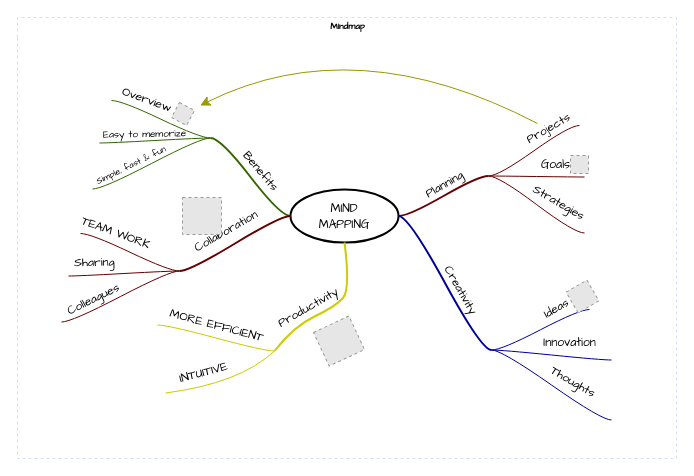
Earlier version of the draw.io diagram Diagrama sin título.drawio (JorgeMartinezSanchez/Graficos_por_computador_Tremas). Source tidied: cells renumbered, new cells numbered last; positions are measured from the earlier drawing's top-left corner, leaving out a move shared by most shapes. Both pictures are drawn from the tidied source at 100%, with x=0, y=0 at pixel (17, 17). Pictures stored in the file or linked from it are replaced by grey dashed boxes.
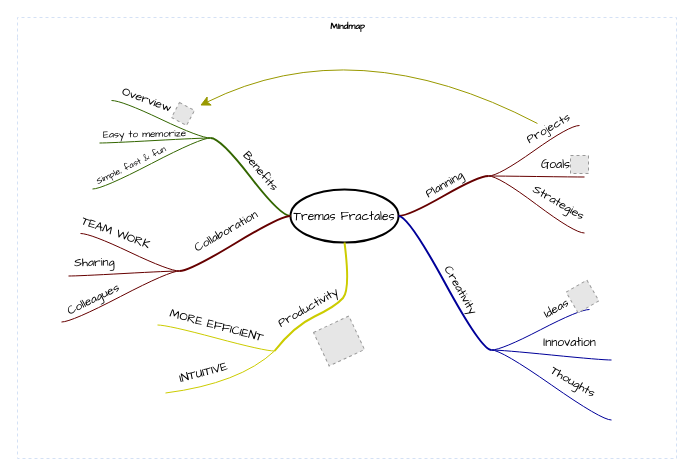
The same page after the edit.

The change refers to these unchanged cells:
```xml
<mxCell id="2" value="Mindmap" style="swimlane;html=1;startSize=20;horizontal=1;containerType=tree;labelBackgroundColor=none;strokeColor=#D4E1F5;strokeWidth=1;fillColor=none;fontFamily=Comic Sans MS;fontSize=9;swimlaneLine=0;dashed=1;" parent="1" vertex="1">
  <mxGeometry width="659" height="441" as="geometry" />
</mxCell>
<mxCell id="47" style="whiteSpace=wrap;html=1;rounded=1;arcSize=50;align=center;verticalAlign=middle;strokeWidth=1;spacing=4;" parent="2" vertex="1">
  <mxGeometry x="162" y="253" height="1" as="geometry" />
</mxCell>
```

What changed in the source:
```diff
@@
-    <mxCell id="3" value="&lt;font face=&quot;Comic Sans MS&quot;&gt;MIND&lt;br&gt;MAPPING&lt;/font&gt;" style="ellipse;whiteSpace=wrap;html=1;align=center;strokeWidth=2;" parent="2" vertex="1">
+    <mxCell id="3" value="&lt;font face=&quot;Comic Sans MS&quot;&gt;Tremas Fractales&lt;/font&gt;" style="ellipse;whiteSpace=wrap;html=1;align=center;strokeWidth=2;" parent="2" vertex="1">
       <mxGeometry x="273" y="172" width="108" height="53" as="geometry" />
     </mxCell>
@@
-    <mxCell id="59" style="fillColor=#E6E6E6;strokeColor=#999999;dashed=1;html=1;verticalAlign=top;verticalLabelPosition=bottom;labelBackgroundColor=#ffffff;fontFamily=Comic Sans MS;fontSize=12;fontColor=#000000;align=center;" parent="2" vertex="1">
-      <mxGeometry x="165" y="180" width="39" height="37" as="geometry" />
-    </mxCell>
-    <mxCell id="60" style="edgeStyle=none;jumpStyle=arc;html=1;entryX=0.5;entryY=1;entryPerimeter=0;endArrow=classicThin;endFill=1;jettySize=auto;strokeColor=none;strokeWidth=2;fontFamily=Comic Sans MS;fontSize=12;rounded=0;startSize=8;endSize=8;curved=1;" parent="2" edge="1" source="47" target="59">
-      <mxGeometry relative="1" as="geometry" />
-    </mxCell>
```
